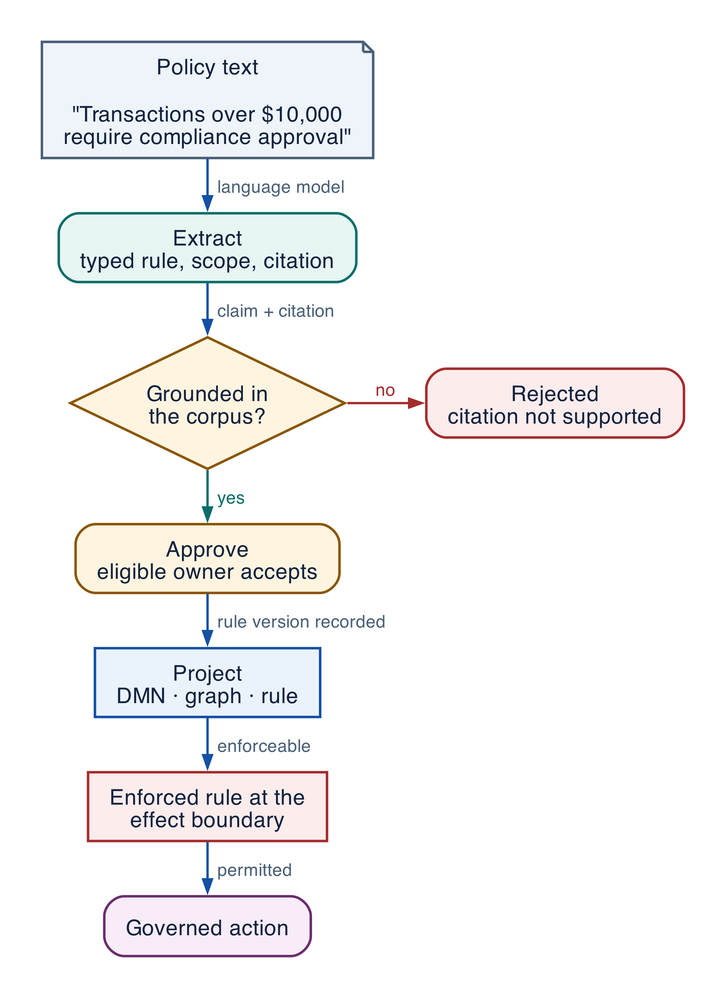
Above: assets/diagrams/policy-to-guardrail.png in rrahimi-uci/building-enterprise-general-intelligence (Graphviz), before the change. Its source is kept beside it as assets/diagrams/src/policy-to-guardrail.gv.
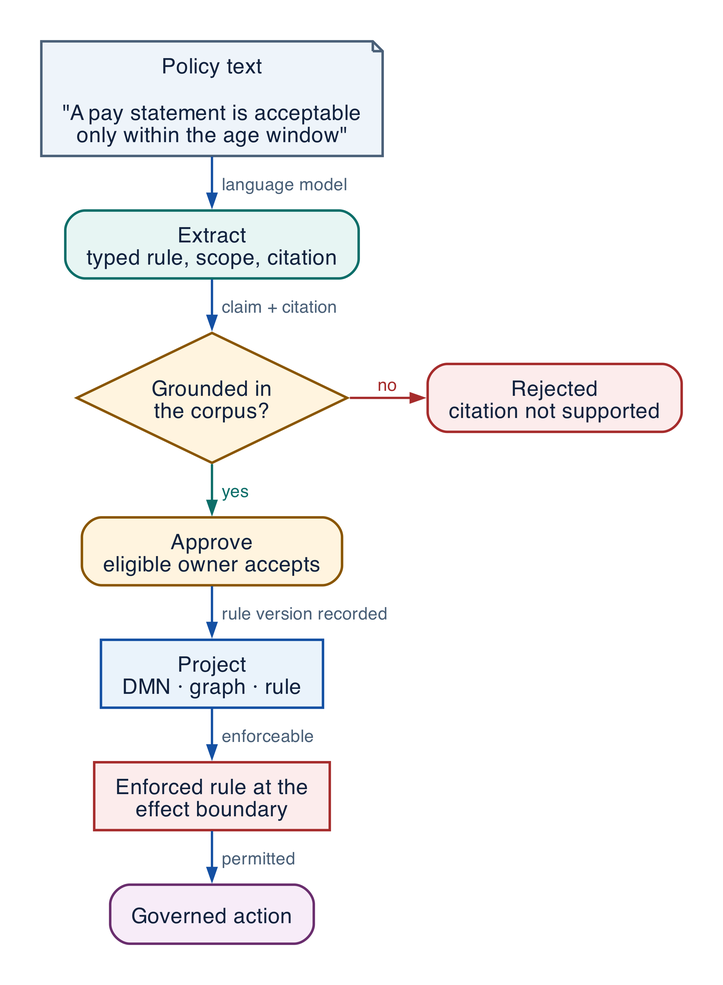
Above is the later version.

Diff of the diagram source:
```diff
@@ -2,7 +2,7 @@
   rankdir = TB
   graph [ranksep=0.30, nodesep=0.35]
 
-  policy [label="Policy text\n\n\"Transactions over $10,000\nrequire compliance approval\"",
+  policy [label="Policy text\n\n\"A pay statement is acceptable\nonly within the age window\"",
           fillcolor="#EEF4FA", color="#4A6078", shape=note, style=filled]
   extract [label="Extract\ntyped rule, scope, citation", fillcolor="#E7F5F3", color="#0D6E69"]
   prove [label="Grounded in\nthe corpus?", fillcolor="#FFF4DF", color="#8A5600", shape=diamond,
```
